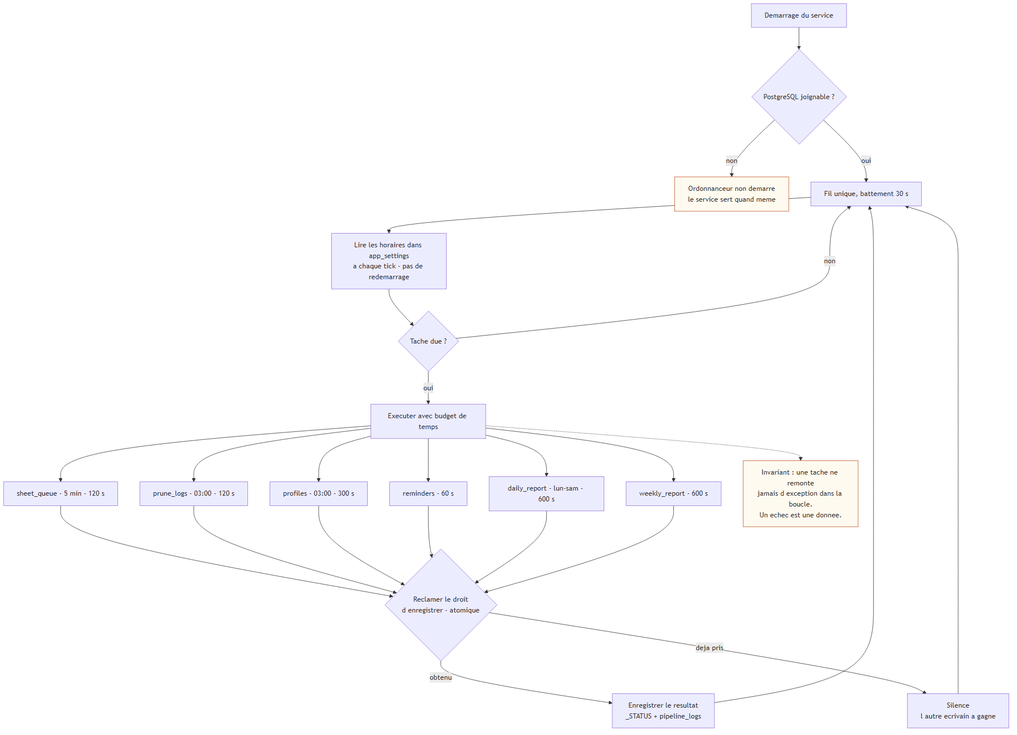
Above: Pres+report/diagrams/09-scheduler.png in yassine808/PFE-aznet (Mermaid), before the change. Its source is kept beside it as Pres+report/diagrams/09-scheduler.mmd. The source it was exported from:
```mermaid
flowchart TD
    START["Demarrage du service"] --> CHK{"PostgreSQL joignable ?"}
    CHK -- non --> OFF["Ordonnanceur non demarre<br/>le service sert quand meme"]
    CHK -- oui --> TH["Fil unique, battement 30 s"]

    TH --> READ["Lire les horaires dans app_settings<br/>a chaque tick - pas de redemarrage"]
    READ --> DUE{"Tache due ?"}
    DUE -- non --> TH
    DUE -- oui --> RUN["Executer avec budget de temps"]

    RUN --> J1["sheet_queue - 5 min - 120 s"]
    RUN --> J2["prune_logs - 03:00 - 120 s"]
    RUN --> J3["profiles - 03:00 - 300 s"]
    RUN --> J4["reminders - 60 s"]
    RUN --> J5["daily_report - lun-sam - 600 s"]
    RUN --> J6["weekly_report - 600 s"]

    J1 & J2 & J3 & J4 & J5 & J6 --> CLAIM{"Reclamer le droit<br/>d enregistrer - atomique"}
    CLAIM -- "obtenu" --> REC["Enregistrer le resultat<br/>_STATUS + pipeline_logs"]
    CLAIM -- "deja pris" --> SILENT["Silence<br/>l autre ecrivain a gagne"]

    REC --> TH
    SILENT --> TH

    NOTE["Invariant : une tache ne remonte<br/>jamais d exception dans la boucle.<br/>Un echec est une donnee."]
    RUN -.-> NOTE

    classDef warn fill:#fffaf0,stroke:#c05621
    class NOTE,OFF warn
```
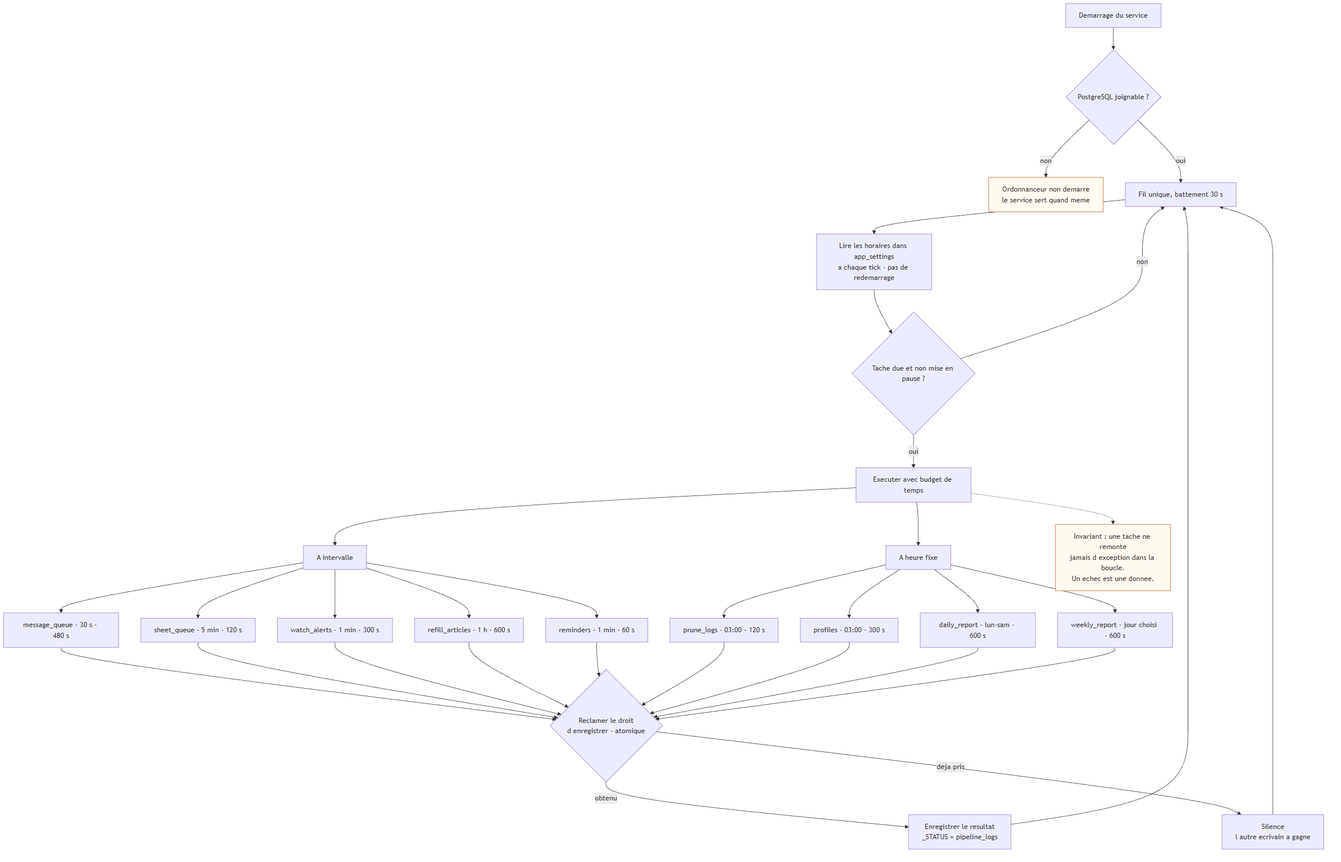
The same file after the commit.

The edit, as a diff of the source:
```diff
@@ -4,18 +4,25 @@
     CHK -- oui --> TH["Fil unique, battement 30 s"]
 
     TH --> READ["Lire les horaires dans app_settings<br/>a chaque tick - pas de redemarrage"]
-    READ --> DUE{"Tache due ?"}
+    READ --> DUE{"Tache due et non mise en pause ?"}
     DUE -- non --> TH
     DUE -- oui --> RUN["Executer avec budget de temps"]
 
-    RUN --> J1["sheet_queue - 5 min - 120 s"]
-    RUN --> J2["prune_logs - 03:00 - 120 s"]
-    RUN --> J3["profiles - 03:00 - 300 s"]
-    RUN --> J4["reminders - 60 s"]
-    RUN --> J5["daily_report - lun-sam - 600 s"]
-    RUN --> J6["weekly_report - 600 s"]
+    RUN --> INT["A intervalle"]
+    RUN --> FIX["A heure fixe"]
 
-    J1 & J2 & J3 & J4 & J5 & J6 --> CLAIM{"Reclamer le droit<br/>d enregistrer - atomique"}
+    INT --> J1["message_queue - 30 s - 480 s"]
+    INT --> J2["sheet_queue - 5 min - 120 s"]
+    INT --> J3["watch_alerts - 1 min - 300 s"]
+    INT --> J4["refill_articles - 1 h - 600 s"]
+    INT --> J5["reminders - 1 min - 60 s"]
+
+    FIX --> J6["prune_logs - 03:00 - 120 s"]
+    FIX --> J7["profiles - 03:00 - 300 s"]
+    FIX --> J8["daily_report - lun-sam - 600 s"]
+    FIX --> J9["weekly_report - jour choisi - 600 s"]
+
+    J1 & J2 & J3 & J4 & J5 & J6 & J7 & J8 & J9 --> CLAIM{"Reclamer le droit<br/>d enregistrer - atomique"}
     CLAIM -- "obtenu" --> REC["Enregistrer le resultat<br/>_STATUS + pipeline_logs"]
     CLAIM -- "deja pris" --> SILENT["Silence<br/>l autre ecrivain a gagne"]
 
```
